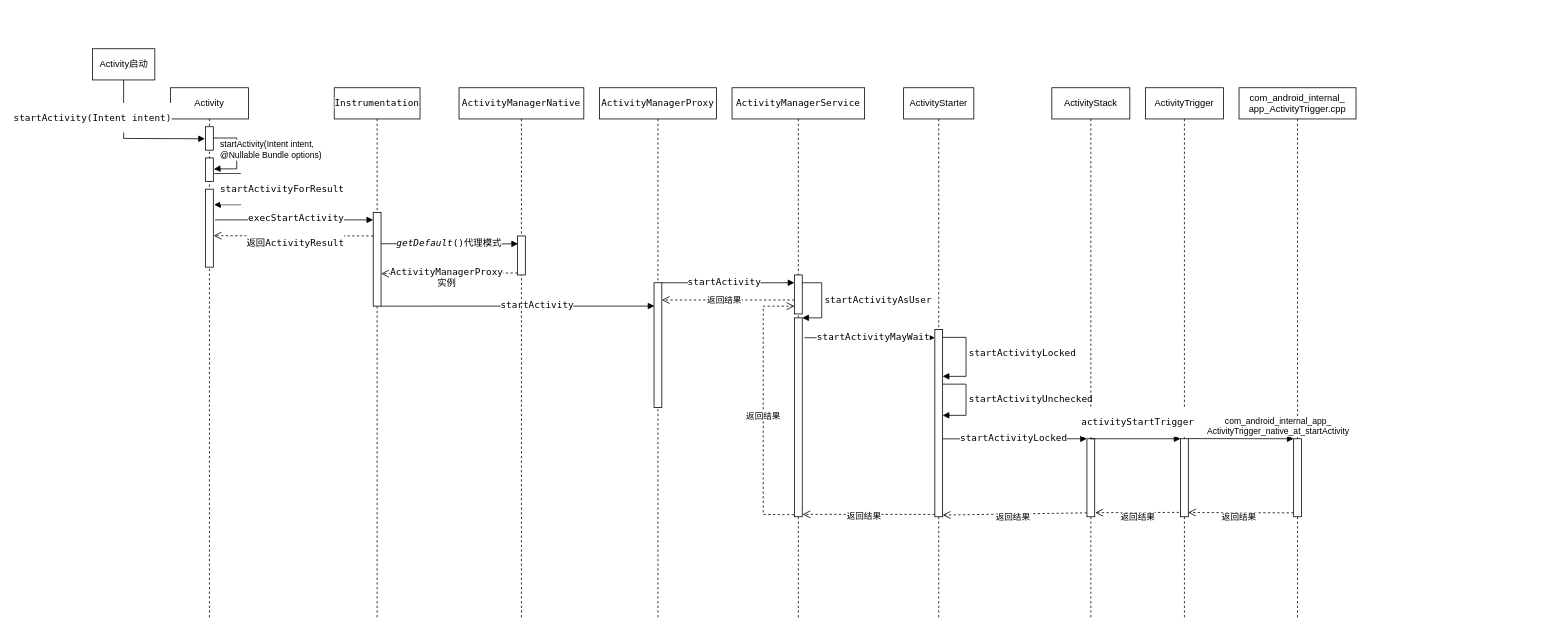
MUtopia2747/chart keeps this draw.io diagram as android大杂烩.drawio. Above is the earlier version. Source tidied: cells renumbered, new cells numbered last; positions are measured from the earlier drawing's top-left corner, leaving out a move shared by most shapes. Both pictures are drawn from the tidied source at 78%, with x=0, y=0 at pixel (92, 48).
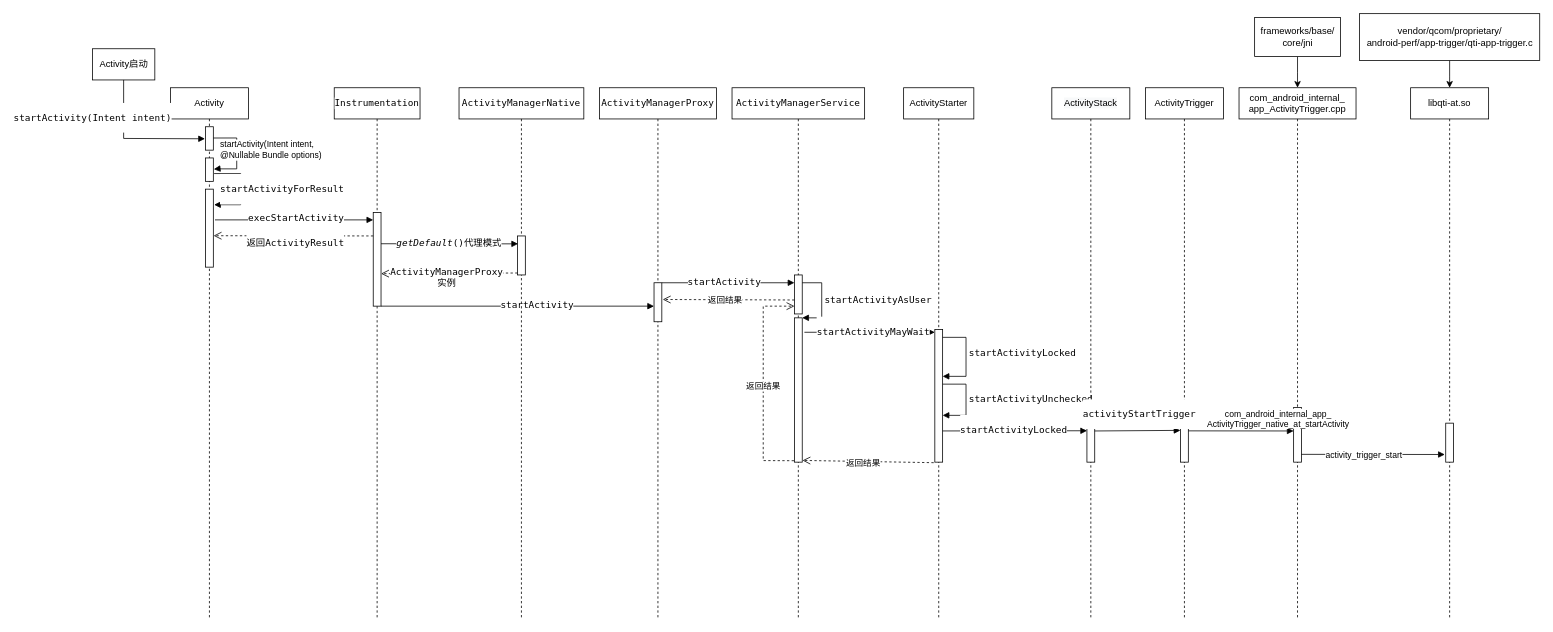
The same page after the edit.

Commit message:
更新android大杂烩.drawio

The change refers to these unchanged cells:
```xml
<mxCell id="10" value="&lt;pre style=&quot;background-color: rgb(255, 255, 255); font-family: &amp;quot;DejaVu Sans Mono&amp;quot;, monospace; font-size: 9pt;&quot;&gt;Instrumentation&lt;/pre&gt;" style="shape=umlLifeline;perimeter=lifelinePerimeter;whiteSpace=wrap;html=1;" parent="1" vertex="1">
  <mxGeometry x="310" y="50" width="110" height="680" as="geometry" />
</mxCell>
<mxCell id="18" value="&lt;span style=&quot;font-family: &amp;quot;DejaVu Sans Mono&amp;quot;, monospace; background-color: rgb(255, 255, 255);&quot;&gt;ActivityManagerProxy&lt;/span&gt;&lt;br style=&quot;font-family: &amp;quot;DejaVu Sans Mono&amp;quot;, monospace; background-color: rgb(255, 255, 255);&quot;&gt;" style="shape=umlLifeline;perimeter=lifelinePerimeter;whiteSpace=wrap;html=1;" parent="1" vertex="1">
  <mxGeometry x="650" y="50" width="150" height="680" as="geometry" />
</mxCell>
<mxCell id="22" value="&lt;pre style=&quot;background-color: rgb(255, 255, 255); font-family: &amp;quot;DejaVu Sans Mono&amp;quot;, monospace; font-size: 9pt;&quot;&gt;ActivityManagerService&lt;/pre&gt;" style="shape=umlLifeline;perimeter=lifelinePerimeter;whiteSpace=wrap;html=1;" parent="1" vertex="1">
  <mxGeometry x="820" y="50" width="170" height="680" as="geometry" />
</mxCell>
<mxCell id="23" style="html=1;points=[];perimeter=orthogonalPerimeter;" parent="22" vertex="1">
  <mxGeometry x="80" y="240" width="10" height="50" as="geometry" />
</mxCell>
<mxCell id="28" value="ActivityStarter" style="shape=umlLifeline;perimeter=lifelinePerimeter;whiteSpace=wrap;html=1;" parent="1" vertex="1">
  <mxGeometry x="1040" y="50" width="90" height="680" as="geometry" />
</mxCell>
<mxCell id="34" value="&lt;pre style=&quot;background-color: rgb(255, 255, 255); font-family: &amp;quot;DejaVu Sans Mono&amp;quot;, monospace; font-size: 9pt;&quot;&gt;&lt;span style=&quot;font-family: Helvetica; background-color: rgb(248, 249, 250);&quot;&gt;ActivityStack&lt;/span&gt;&lt;br&gt;&lt;/pre&gt;" style="shape=umlLifeline;perimeter=lifelinePerimeter;whiteSpace=wrap;html=1;outlineConnect=0;" parent="1" vertex="1">
  <mxGeometry x="1230" y="50" width="100" height="680" as="geometry" />
</mxCell>
<mxCell id="38" value="ActivityTrigger" style="shape=umlLifeline;perimeter=lifelinePerimeter;whiteSpace=wrap;html=1;" parent="1" vertex="1">
  <mxGeometry x="1350" y="50" width="100" height="680" as="geometry" />
</mxCell>
<mxCell id="40" value="com_android_internal_&lt;br&gt;app_ActivityTrigger.cpp" style="shape=umlLifeline;perimeter=lifelinePerimeter;whiteSpace=wrap;html=1;" parent="1" vertex="1">
  <mxGeometry x="1470" y="50" width="150" height="680" as="geometry" />
</mxCell>
```

What changed in the source:
```diff
@@
-    <mxCell id="12" value="&lt;pre style=&quot;font-family: &amp;quot;DejaVu Sans Mono&amp;quot;, monospace; font-size: 9pt;&quot;&gt;startActivity&lt;/pre&gt;" style="html=1;verticalAlign=bottom;endArrow=block;rounded=0;entryX=0.056;entryY=0.187;entryDx=0;entryDy=0;entryPerimeter=0;" parent="10" edge="1" target="19">
+    <mxCell id="12" value="&lt;pre style=&quot;font-family: &amp;quot;DejaVu Sans Mono&amp;quot;, monospace; font-size: 9pt;&quot;&gt;startActivity&lt;/pre&gt;" style="html=1;verticalAlign=bottom;endArrow=block;rounded=0;" parent="10" edge="1" target="19">
       <mxGeometry x="0.14" y="-20" relative="1" as="geometry">
         <mxPoint x="60" y="280" as="sourcePoint" />
       </mxGeometry>
     </mxCell>
@@
     <mxCell id="19" style="html=1;points=[];perimeter=orthogonalPerimeter;" parent="18" vertex="1">
-      <mxGeometry x="70" y="250" width="10" height="160" as="geometry" />
+      <mxGeometry x="70" y="250" width="10" height="50" as="geometry" />
     </mxCell>
@@
     <mxCell id="24" style="html=1;points=[];perimeter=orthogonalPerimeter;" parent="22" vertex="1">
-      <mxGeometry x="80" y="295" width="10" height="255" as="geometry" />
+      <mxGeometry x="80" y="295" width="10" height="185" as="geometry" />
     </mxCell>
@@
     <mxCell id="26" value="返回结果" style="html=1;verticalAlign=bottom;endArrow=open;dashed=1;endSize=8;rounded=0;exitX=-0.056;exitY=0.99;exitDx=0;exitDy=0;exitPerimeter=0;" parent="22" edge="1" source="24" target="23">
       <mxGeometry x="-0.1" relative="1" as="geometry">
         <Array as="points">
-          <mxPoint x="40" y="547" />
+          <mxPoint x="40" y="478" />
           <mxPoint x="40" y="280" />
         </Array>
       </mxGeometry>
     </mxCell>
-    <mxCell id="27" value="返回结果" style="html=1;verticalAlign=bottom;endArrow=open;dashed=1;endSize=8;rounded=0;exitX=0;exitY=0.642;exitDx=0;exitDy=0;exitPerimeter=0;entryX=1;entryY=0.138;entryDx=0;entryDy=0;entryPerimeter=0;" parent="1" edge="1" source="23" target="19">
+    <mxCell id="27" value="返回结果" style="html=1;verticalAlign=bottom;endArrow=open;dashed=1;endSize=8;rounded=0;exitX=0;exitY=0.642;exitDx=0;exitDy=0;exitPerimeter=0;entryX=1.122;entryY=0.429;entryDx=0;entryDy=0;entryPerimeter=0;" parent="1" edge="1" source="23" target="19">
       <mxGeometry x="0.06" y="10" relative="1" as="geometry" />
     </mxCell>
@@
     <mxCell id="29" style="html=1;points=[];perimeter=orthogonalPerimeter;" parent="28" vertex="1">
-      <mxGeometry x="40" y="310" width="10" height="240" as="geometry" />
+      <mxGeometry x="40" y="310" width="10" height="170" as="geometry" />
     </mxCell>
@@
-    <mxCell id="33" value="返回结果" style="html=1;verticalAlign=bottom;endArrow=open;dashed=1;endSize=8;rounded=0;entryX=1.033;entryY=0.988;entryDx=0;entryDy=0;entryPerimeter=0;" parent="1" edge="1" target="24">
-      <mxGeometry x="0.07" y="12" relative="1" as="geometry">
-        <mxPoint x="1080" y="597" as="sourcePoint" />
-      </mxGeometry>
+    <mxCell id="33" value="返回结果" style="html=1;verticalAlign=bottom;endArrow=open;dashed=1;endSize=8;rounded=0;entryX=1.033;entryY=0.988;entryDx=0;entryDy=0;entryPerimeter=0;exitX=-0.142;exitY=1.004;exitDx=0;exitDy=0;exitPerimeter=0;" parent="1" edge="1" source="29" target="24">
+      <mxGeometry x="0.07" y="12" relative="1" as="geometry" />
     </mxCell>
@@
     <mxCell id="35" style="html=1;points=[];perimeter=orthogonalPerimeter;" parent="34" vertex="1">
-      <mxGeometry x="45" y="450" width="10" height="100" as="geometry" />
+      <mxGeometry x="45" y="410" width="10" height="70" as="geometry" />
     </mxCell>
-    <mxCell id="36" value="&lt;pre style=&quot;font-family: &amp;quot;DejaVu Sans Mono&amp;quot;, monospace; font-size: 9pt;&quot;&gt;startActivityLocked&lt;/pre&gt;" style="html=1;verticalAlign=bottom;endArrow=block;entryX=0;entryY=0;rounded=0;exitX=0.99;exitY=0.584;exitDx=0;exitDy=0;exitPerimeter=0;" parent="1" edge="1" source="29" target="35">
-      <mxGeometry x="-0.02" y="-20" relative="1" as="geometry" />
+    <mxCell id="36" value="&lt;pre style=&quot;font-family: &amp;quot;DejaVu Sans Mono&amp;quot;, monospace; font-size: 9pt;&quot;&gt;startActivityLocked&lt;/pre&gt;" style="html=1;verticalAlign=bottom;endArrow=block;entryX=0.016;entryY=0.425;rounded=0;entryDx=0;entryDy=0;entryPerimeter=0;" parent="1" edge="1" target="35">
+      <mxGeometry x="-0.02" y="-20" relative="1" as="geometry">
+        <mxPoint x="1090" y="490" as="sourcePoint" />
+      </mxGeometry>
     </mxCell>
-    <mxCell id="37" value="返回结果" style="html=1;verticalAlign=bottom;endArrow=open;dashed=1;endSize=8;exitX=0;exitY=0.95;rounded=0;entryX=1.005;entryY=0.991;entryDx=0;entryDy=0;entryPerimeter=0;" parent="1" edge="1" source="35" target="29">
-      <mxGeometry x="0.03" y="14" relative="1" as="geometry" />
-    </mxCell>
@@
     <mxCell id="39" style="html=1;points=[];perimeter=orthogonalPerimeter;" parent="38" vertex="1">
-      <mxGeometry x="45" y="450" width="10" height="100" as="geometry" />
+      <mxGeometry x="45" y="410" width="10" height="70" as="geometry" />
     </mxCell>
@@
     <mxCell id="41" style="html=1;points=[];perimeter=orthogonalPerimeter;" parent="40" vertex="1">
-      <mxGeometry x="70" y="450" width="10" height="100" as="geometry" />
+      <mxGeometry x="70" y="410" width="10" height="70" as="geometry" />
     </mxCell>
-    <mxCell id="42" value="返回结果" style="html=1;verticalAlign=bottom;endArrow=open;dashed=1;endSize=8;rounded=0;exitX=-0.194;exitY=0.944;exitDx=0;exitDy=0;exitPerimeter=0;entryX=1.065;entryY=0.948;entryDx=0;entryDy=0;entryPerimeter=0;" parent="1" edge="1" source="39" target="35">
-      <mxGeometry x="-0.01" y="15" relative="1" as="geometry" />
-    </mxCell>
+    <mxCell id="46" value="activity_trigger_start" style="html=1;verticalAlign=bottom;endArrow=block;rounded=0;entryX=-0.118;entryY=0.804;entryDx=0;entryDy=0;entryPerimeter=0;" parent="40" edge="1" target="50">
+      <mxGeometry x="-0.13" y="-10" relative="1" as="geometry">
+        <mxPoint x="80" y="470" as="sourcePoint" />
+      </mxGeometry>
+    </mxCell>
-    <mxCell id="43" value="&lt;pre style=&quot;font-family: &amp;quot;DejaVu Sans Mono&amp;quot;, monospace; font-size: 9pt;&quot;&gt;activityStartTrigger&lt;/pre&gt;" style="html=1;verticalAlign=bottom;endArrow=block;entryX=0;entryY=0;rounded=0;" parent="1" edge="1" source="34" target="39">
+    <mxCell id="43" value="&lt;pre style=&quot;font-family: &amp;quot;DejaVu Sans Mono&amp;quot;, monospace; font-size: 9pt;&quot;&gt;activityStartTrigger&lt;/pre&gt;" style="html=1;verticalAlign=bottom;endArrow=block;rounded=0;exitX=0.98;exitY=0.429;exitDx=0;exitDy=0;exitPerimeter=0;entryX=-0.014;entryY=0.418;entryDx=0;entryDy=0;entryPerimeter=0;" parent="1" edge="1" source="35" target="39">
       <mxGeometry x="0.04" relative="1" as="geometry" />
     </mxCell>
-    <mxCell id="44" value="com_android_internal_app_&lt;br&gt;ActivityTrigger_native_at_startActivity" style="html=1;verticalAlign=bottom;endArrow=block;entryX=0;entryY=0;rounded=0;exitX=0.982;exitY=-0.002;exitDx=0;exitDy=0;exitPerimeter=0;" parent="1" edge="1" source="39" target="41">
+    <mxCell id="44" value="com_android_internal_app_&lt;br&gt;ActivityTrigger_native_at_startActivity" style="html=1;verticalAlign=bottom;endArrow=block;entryX=0;entryY=0.429;rounded=0;entryDx=0;entryDy=0;entryPerimeter=0;exitX=1;exitY=0.427;exitDx=0;exitDy=0;exitPerimeter=0;" parent="1" edge="1" source="39" target="41">
       <mxGeometry x="0.7" relative="1" as="geometry" />
     </mxCell>
-    <mxCell id="45" value="返回结果" style="html=1;verticalAlign=bottom;endArrow=open;dashed=1;endSize=8;exitX=0;exitY=0.95;rounded=0;entryX=0.98;entryY=0.946;entryDx=0;entryDy=0;entryPerimeter=0;" parent="1" edge="1" source="41" target="39">
-      <mxGeometry x="0.03" y="15" relative="1" as="geometry" />
-    </mxCell>
+    <mxCell id="47" style="edgeStyle=orthogonalEdgeStyle;rounded=0;jettySize=auto;html=1;exitX=0.5;exitY=1;exitDx=0;exitDy=0;" parent="1" edge="1" source="48">
+      <mxGeometry relative="1" as="geometry">
+        <mxPoint x="1545" y="50" as="targetPoint" />
+      </mxGeometry>
+    </mxCell>
+    <mxCell id="48" value="frameworks/base/&lt;br&gt;core/jni" style="html=1;" parent="1" vertex="1">
+      <mxGeometry x="1490" y="-40" width="110" height="50" as="geometry" />
+    </mxCell>
+    <mxCell id="49" value="libqti-at.so" style="shape=umlLifeline;perimeter=lifelinePerimeter;whiteSpace=wrap;html=1;" parent="1" vertex="1">
+      <mxGeometry x="1690" y="50" width="100" height="680" as="geometry" />
+    </mxCell>
+    <mxCell id="50" style="html=1;points=[];perimeter=orthogonalPerimeter;" parent="49" vertex="1">
+      <mxGeometry x="45" y="430" width="10" height="50" as="geometry" />
+    </mxCell>
+    <mxCell id="51" style="edgeStyle=orthogonalEdgeStyle;rounded=0;jettySize=auto;html=1;" parent="1" edge="1" source="52">
+      <mxGeometry relative="1" as="geometry">
+        <mxPoint x="1740" y="50" as="targetPoint" />
+      </mxGeometry>
+    </mxCell>
+    <mxCell id="52" value="vendor/qcom/proprietary/&lt;br&gt;android-perf/app-trigger/qti-app-trigger.c" style="html=1;" parent="1" vertex="1">
+      <mxGeometry x="1624.5" y="-45" width="231" height="60" as="geometry" />
+    </mxCell>
```
